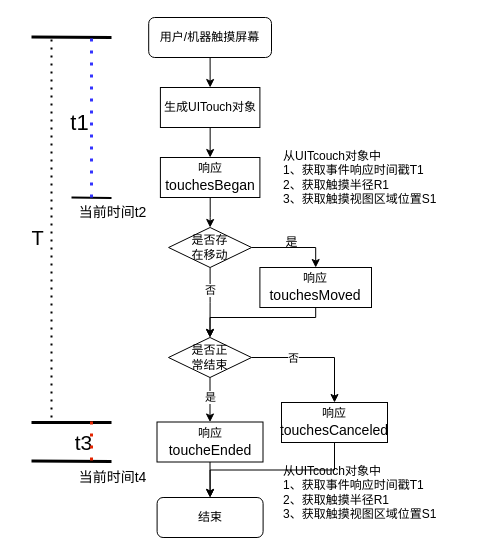
Before: 未命名绘图.drawio in wushenchao/dro, a draw.io diagram. Source tidied: cells renumbered, new cells numbered last; positions are measured from the earlier drawing's top-left corner, leaving out a move shared by most shapes. Both pictures are drawn from the tidied source at 100%, with x=0, y=0 at pixel (17, 17).
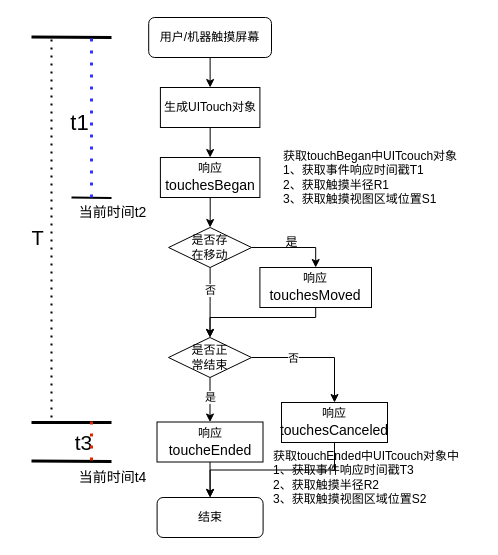
The same diagram, later.

Commit message:
事件响应图.drawio

The edit, as a diff of the source:
```diff
@@
-    <mxCell id="37" value="&lt;div&gt;从UITcouch对象中&lt;/div&gt;1、获取事件响应时间戳T1&lt;div&gt;2、获取触摸半径R1&lt;/div&gt;&lt;div&gt;3、获取触摸视图区域位置S1&lt;/div&gt;" style="text;html=1;align=left;verticalAlign=middle;strokeColor=none;fillColor=none;" parent="1" vertex="1">
-      <mxGeometry x="264" y="125" width="180" height="70" as="geometry" />
+    <mxCell id="37" value="&lt;div&gt;获取touchBegan中UITcouch对象&lt;/div&gt;1、获取事件响应时间戳T1&lt;div&gt;2、获取触摸半径R1&lt;/div&gt;&lt;div&gt;3、获取触摸视图区域位置S1&lt;/div&gt;" style="text;html=1;align=left;verticalAlign=middle;strokeColor=none;fillColor=none;" parent="1" vertex="1">
+      <mxGeometry x="264" y="125" width="200" height="70" as="geometry" />
     </mxCell>
-    <mxCell id="38" value="&lt;div&gt;从UITcouch对象中&lt;/div&gt;1、获取事件响应时间戳T1&lt;div&gt;2、获取触摸半径R1&lt;/div&gt;&lt;div&gt;3、获取触摸视图区域位置S1&lt;/div&gt;" style="text;html=1;align=left;verticalAlign=middle;strokeColor=none;fillColor=none;" parent="1" vertex="1">
-      <mxGeometry x="264" y="440" width="180" height="70" as="geometry" />
+    <mxCell id="38" value="&lt;div&gt;获取touchEnded中UITcouch对象中&lt;/div&gt;1、获取事件响应时间戳T3&lt;div&gt;2、获取触摸半径R2&lt;/div&gt;&lt;div&gt;3、获取触摸视图区域位置S2&lt;/div&gt;" style="text;html=1;align=left;verticalAlign=middle;strokeColor=none;fillColor=none;" parent="1" vertex="1">
+      <mxGeometry x="254" y="425" width="210" height="70" as="geometry" />
     </mxCell>
```
